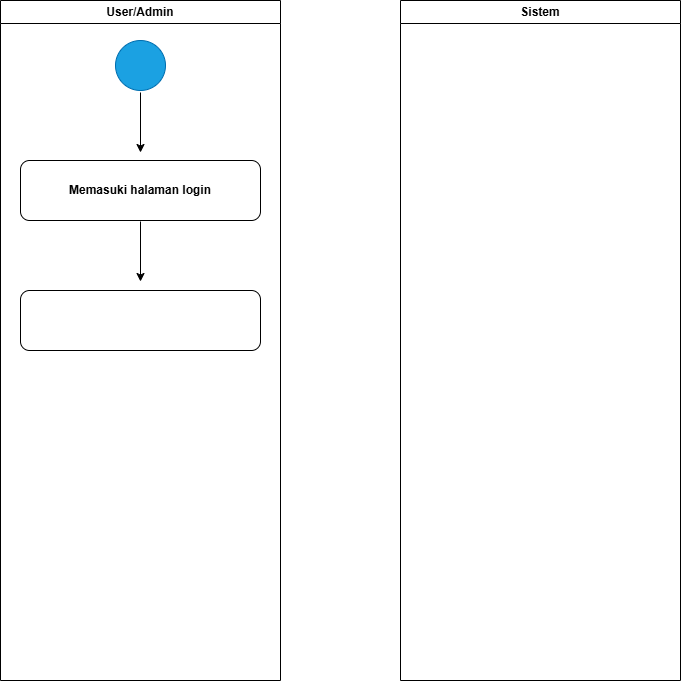
Before: login.drawio.png, a diagram exported from draw.io (TrxModX21/cekorto-readme-asset). Source tidied: cells renumbered, new cells last; positions are measured from the earlier drawing's top-left corner, leaving out a move shared by most shapes.
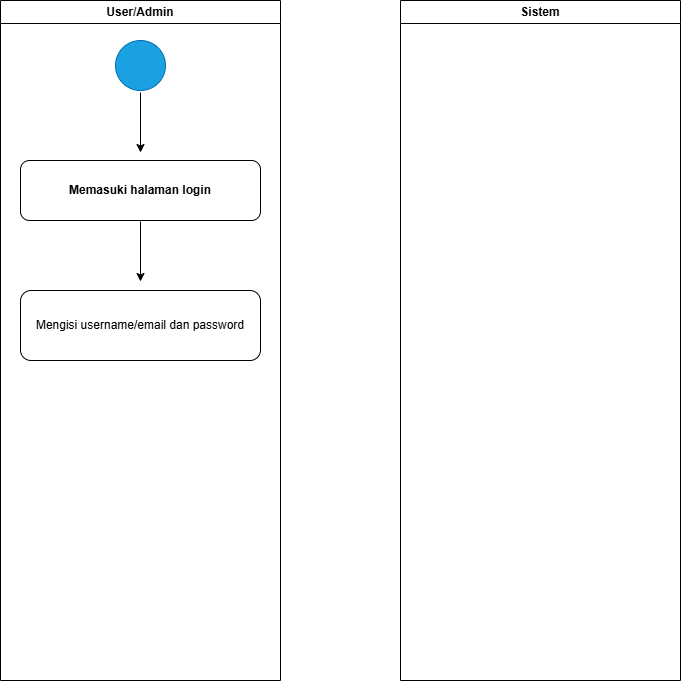
Later version of the same file.

Change to the diagram source:
```diff
@@ -17,8 +17,8 @@
     <mxCell id="5" value="&lt;b&gt;Memasuki halaman login&lt;/b&gt;" style="rounded=1;whiteSpace=wrap;html=1;" parent="2" vertex="1">
       <mxGeometry x="20" y="160" width="240" height="60" as="geometry" />
     </mxCell>
-    <mxCell id="6" style="rounded=1;whiteSpace=wrap;html=1;" parent="2" vertex="1">
-      <mxGeometry x="20" y="290" width="240" height="60" as="geometry" />
+    <mxCell id="6" value="Mengisi username/email dan password" style="rounded=1;whiteSpace=wrap;html=1;" parent="2" vertex="1">
+      <mxGeometry x="20" y="290" width="240" height="70" as="geometry" />
     </mxCell>
     <mxCell id="7" value="Sistem" style="swimlane;whiteSpace=wrap;html=1;" parent="1" vertex="1">
       <mxGeometry x="400" width="280" height="680" as="geometry" />
```
